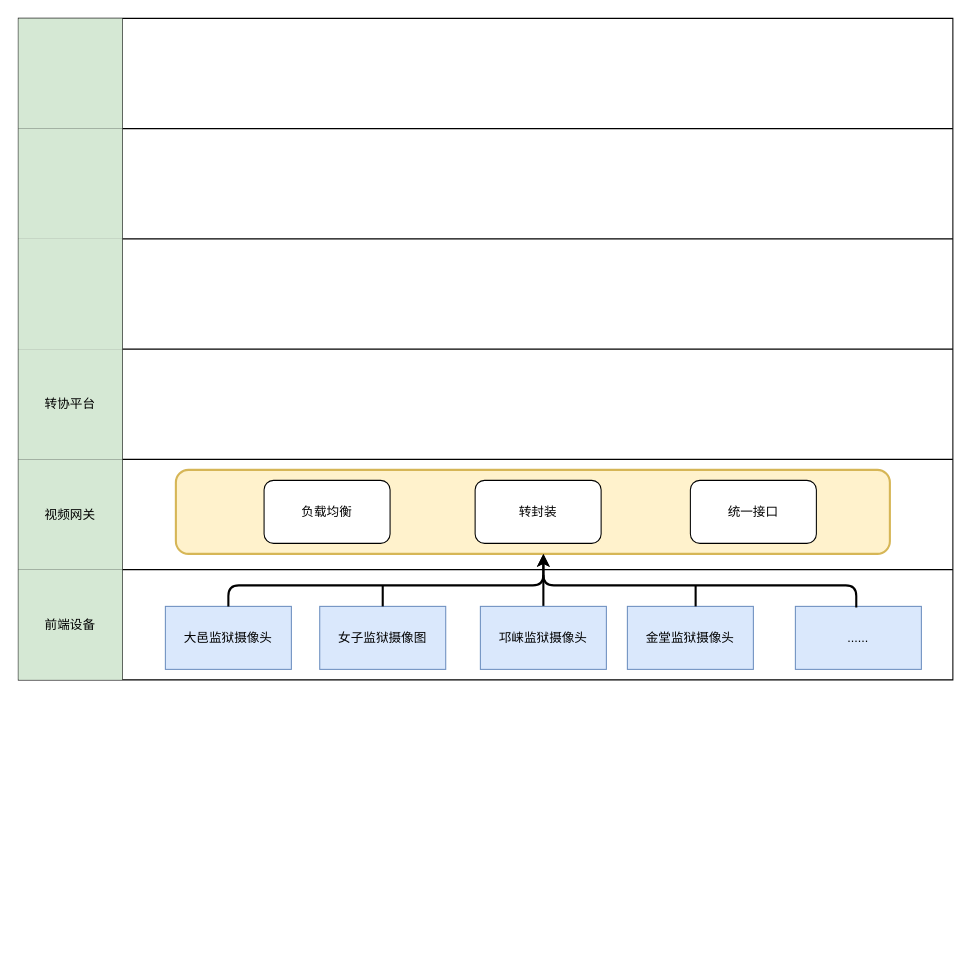
zhexuepizi/gitskills keeps this draw.io diagram as Untitled Diagram.drawio. Above is the earlier version. Source tidied: cells renumbered, new cells numbered last; positions are measured from the earlier drawing's top-left corner, leaving out a move shared by most shapes. Both pictures are drawn from the tidied source at 105%, with x=0, y=0 at pixel (18, 18).
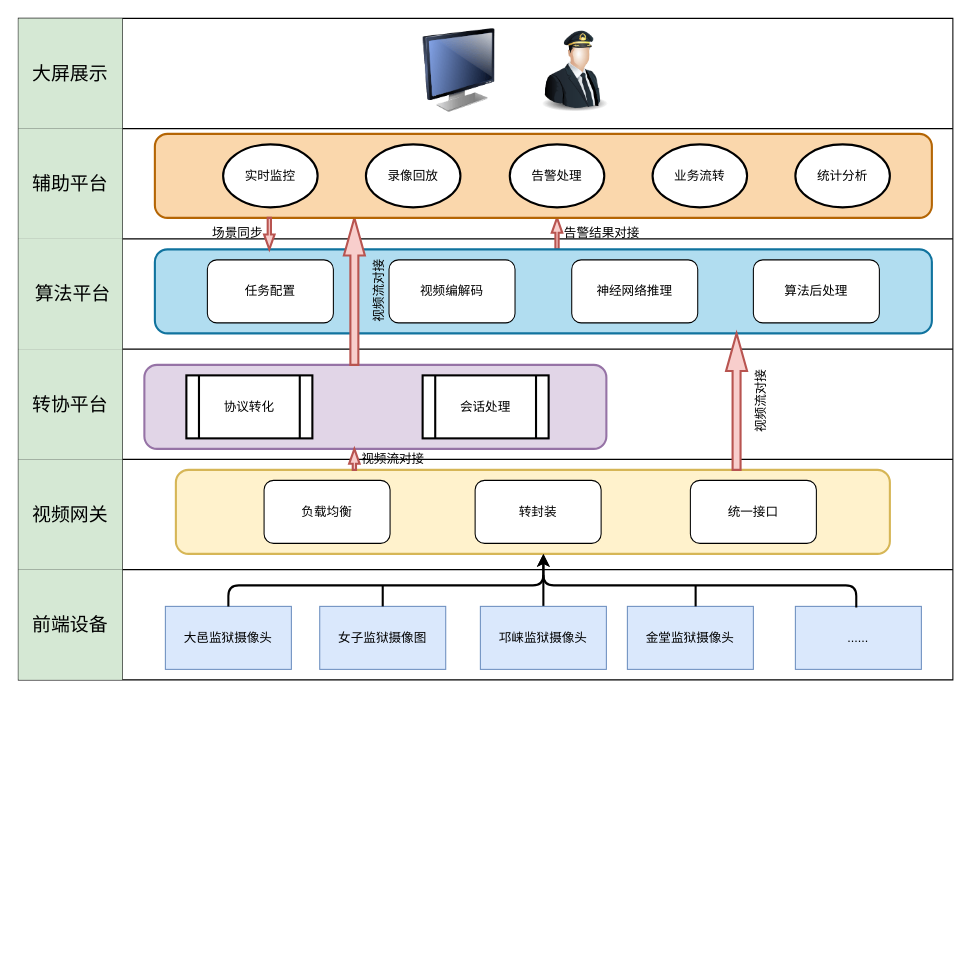
Above is the later version.

The change refers to these unchanged cells:
```xml
<mxCell id="3" style="shape=partialRectangle;html=1;whiteSpace=wrap;top=0;left=0;bottom=0;right=0;fillColor=none;sketch=0;" parent="2" vertex="1">
  <mxGeometry width="890" height="105" as="geometry" />
</mxCell>
<mxCell id="6" style="shape=partialRectangle;html=1;whiteSpace=wrap;fillColor=none;top=0;left=0;bottom=0;right=0;" parent="2" vertex="1">
  <mxGeometry y="105" width="890" height="105" as="geometry" />
</mxCell>
<mxCell id="9" style="shape=partialRectangle;html=1;whiteSpace=wrap;fillColor=none;top=0;left=0;bottom=0;right=0;" parent="2" vertex="1">
  <mxGeometry y="210" width="890" height="105" as="geometry" />
</mxCell>
<mxCell id="12" style="shape=partialRectangle;html=1;whiteSpace=wrap;fillColor=none;top=0;left=0;bottom=0;right=0;" parent="2" vertex="1">
  <mxGeometry y="315" width="890" height="105" as="geometry" />
</mxCell>
<mxCell id="15" style="shape=partialRectangle;html=1;whiteSpace=wrap;fillColor=none;top=0;left=0;bottom=0;right=0;" parent="2" vertex="1">
  <mxGeometry y="420" width="890" height="105" as="geometry" />
</mxCell>
<mxCell id="18" style="shape=partialRectangle;html=1;whiteSpace=wrap;fillColor=none;top=0;left=0;bottom=0;right=0;" parent="2" vertex="1">
  <mxGeometry y="525" width="890" height="105" as="geometry" />
</mxCell>
```

Diff of the diagram source:
```diff
@@
-    <mxCell id="4" style="shape=partialRectangle;html=1;whiteSpace=wrap;overflow=hidden;fillColor=#d5e8d4;top=0;left=0;bottom=0;right=0;strokeColor=#82b366;" parent="3" vertex="1">
+    <mxCell id="4" value="&lt;font style=&quot;font-size: 18px&quot;&gt;大屏展示&lt;/font&gt;" style="shape=partialRectangle;html=1;whiteSpace=wrap;overflow=hidden;fillColor=#d5e8d4;top=0;left=0;bottom=0;right=0;strokeColor=#82b366;" parent="3" vertex="1">
       <mxGeometry width="99" height="105" as="geometry" />
     </mxCell>
@@
-    <mxCell id="7" style="shape=partialRectangle;html=1;whiteSpace=wrap;overflow=hidden;fillColor=#d5e8d4;top=0;left=0;bottom=0;right=0;strokeColor=#82b366;" parent="6" vertex="1">
+    <mxCell id="7" value="&lt;font style=&quot;font-size: 18px&quot;&gt;辅助平台&lt;/font&gt;" style="shape=partialRectangle;html=1;whiteSpace=wrap;overflow=hidden;fillColor=#d5e8d4;top=0;left=0;bottom=0;right=0;strokeColor=#82b366;" parent="6" vertex="1">
       <mxGeometry width="99" height="105" as="geometry" />
     </mxCell>
@@
-    <mxCell id="10" style="shape=partialRectangle;html=1;whiteSpace=wrap;overflow=hidden;fillColor=#d5e8d4;top=0;left=0;bottom=0;right=0;strokeColor=#82b366;" parent="9" vertex="1">
+    <mxCell id="10" value="&lt;font style=&quot;font-size: 18px&quot;&gt;&amp;nbsp;算法平台&lt;/font&gt;" style="shape=partialRectangle;html=1;whiteSpace=wrap;overflow=hidden;fillColor=#d5e8d4;top=0;left=0;bottom=0;right=0;strokeColor=#82b366;" parent="9" vertex="1">
       <mxGeometry width="99" height="105" as="geometry" />
     </mxCell>
@@
-    <mxCell id="13" value="转协平台" style="shape=partialRectangle;html=1;whiteSpace=wrap;overflow=hidden;fillColor=#d5e8d4;top=0;left=0;bottom=0;right=0;strokeColor=#82b366;" parent="12" vertex="1">
+    <mxCell id="13" value="&lt;font style=&quot;font-size: 18px&quot;&gt;转协平台&lt;/font&gt;" style="shape=partialRectangle;html=1;whiteSpace=wrap;overflow=hidden;fillColor=#d5e8d4;top=0;left=0;bottom=0;right=0;strokeColor=#82b366;" parent="12" vertex="1">
       <mxGeometry width="99" height="105" as="geometry" />
     </mxCell>
@@
-    <mxCell id="16" value="视频网关" style="shape=partialRectangle;html=1;whiteSpace=wrap;overflow=hidden;fillColor=#d5e8d4;top=0;left=0;bottom=0;right=0;strokeColor=#82b366;" parent="15" vertex="1">
+    <mxCell id="16" value="&lt;font style=&quot;font-size: 18px&quot;&gt;视频网关&lt;/font&gt;" style="shape=partialRectangle;html=1;whiteSpace=wrap;overflow=hidden;fillColor=#d5e8d4;top=0;left=0;bottom=0;right=0;strokeColor=#82b366;" parent="15" vertex="1">
       <mxGeometry width="99" height="105" as="geometry" />
     </mxCell>
@@
-    <mxCell id="19" value="前端设备" style="shape=partialRectangle;html=1;whiteSpace=wrap;overflow=hidden;fillColor=#d5e8d4;top=0;left=0;bottom=0;right=0;strokeColor=#82b366;" parent="18" vertex="1">
+    <mxCell id="19" value="&lt;font style=&quot;font-size: 18px&quot;&gt;前端设备&lt;/font&gt;" style="shape=partialRectangle;html=1;whiteSpace=wrap;overflow=hidden;fillColor=#d5e8d4;top=0;left=0;bottom=0;right=0;strokeColor=#82b366;" parent="18" vertex="1">
       <mxGeometry width="99" height="105" as="geometry" />
     </mxCell>
@@
+    <mxCell id="36" value="告警结果对接" style="verticalLabelPosition=middle;verticalAlign=middle;html=1;strokeWidth=2;shape=mxgraph.arrows2.arrow;dy=0.69;dx=14.23;notch=0;sketch=0;fillColor=#f8cecc;direction=north;strokeColor=#b85450;labelPosition=right;align=left;" parent="1" vertex="1">
+      <mxGeometry x="508" y="190" width="10" height="30" as="geometry" />
+    </mxCell>
+    <mxCell id="37" style="rounded=1;whiteSpace=wrap;html=1;strokeWidth=2;fillColor=#e1d5e7;strokeColor=#9673a6;" parent="1" vertex="1">
+      <mxGeometry x="120" y="330" width="440" height="80" as="geometry" />
+    </mxCell>
+    <mxCell id="38" value="会话处理" style="shape=process;whiteSpace=wrap;html=1;backgroundOutline=1;sketch=0;strokeWidth=2;" parent="1" vertex="1">
+      <mxGeometry x="385" y="340" width="120" height="60" as="geometry" />
+    </mxCell>
+    <mxCell id="39" value="协议转化" style="shape=process;whiteSpace=wrap;html=1;backgroundOutline=1;sketch=0;strokeWidth=2;" parent="1" vertex="1">
+      <mxGeometry x="160" y="340" width="120" height="60" as="geometry" />
+    </mxCell>
+    <mxCell id="40" style="rounded=1;whiteSpace=wrap;html=1;strokeWidth=2;fillColor=#b1ddf0;strokeColor=#10739e;" parent="1" vertex="1">
+      <mxGeometry x="130" y="220" width="740" height="80" as="geometry" />
+    </mxCell>
+    <mxCell id="41" value="任务配置" style="rounded=1;whiteSpace=wrap;html=1;" parent="1" vertex="1">
+      <mxGeometry x="180" y="230" width="120" height="60" as="geometry" />
+    </mxCell>
+    <mxCell id="42" value="视频编解码" style="rounded=1;whiteSpace=wrap;html=1;" parent="1" vertex="1">
+      <mxGeometry x="353" y="230" width="120" height="60" as="geometry" />
+    </mxCell>
+    <mxCell id="43" value="神经网络推理" style="rounded=1;whiteSpace=wrap;html=1;" parent="1" vertex="1">
+      <mxGeometry x="527" y="230" width="120" height="60" as="geometry" />
+    </mxCell>
+    <mxCell id="44" value="算法后处理" style="rounded=1;whiteSpace=wrap;html=1;" parent="1" vertex="1">
+      <mxGeometry x="700" y="230" width="120" height="60" as="geometry" />
+    </mxCell>
+    <mxCell id="45" value="视频流对接" style="verticalLabelPosition=middle;verticalAlign=top;html=1;strokeWidth=2;shape=mxgraph.arrows2.arrow;dy=0.62;dx=35.86;notch=0;sketch=0;fillColor=#f8cecc;direction=north;strokeColor=#b85450;horizontal=0;labelPosition=right;align=center;" parent="1" vertex="1">
+      <mxGeometry x="310" y="190" width="20" height="140" as="geometry" />
+    </mxCell>
+    <mxCell id="46" style="rounded=1;whiteSpace=wrap;html=1;strokeWidth=2;fillColor=#fad7ac;strokeColor=#b46504;" parent="1" vertex="1">
+      <mxGeometry x="130" y="110" width="740" height="80" as="geometry" />
+    </mxCell>
+    <mxCell id="47" value="实时监控" style="ellipse;whiteSpace=wrap;html=1;sketch=0;strokeWidth=2;align=center;flipH=0;flipV=1;" parent="1" vertex="1">
+      <mxGeometry x="195" y="120" width="90" height="60" as="geometry" />
+    </mxCell>
+    <mxCell id="48" value="录像回放" style="ellipse;whiteSpace=wrap;html=1;sketch=0;strokeWidth=2;align=center;flipH=0;flipV=1;" parent="1" vertex="1">
+      <mxGeometry x="331" y="120" width="90" height="60" as="geometry" />
+    </mxCell>
+    <mxCell id="49" value="告警处理" style="ellipse;whiteSpace=wrap;html=1;sketch=0;strokeWidth=2;align=center;flipH=0;flipV=1;" parent="1" vertex="1">
+      <mxGeometry x="468" y="120" width="90" height="60" as="geometry" />
+    </mxCell>
+    <mxCell id="50" value="业务流转" style="ellipse;whiteSpace=wrap;html=1;sketch=0;strokeWidth=2;align=center;flipH=0;flipV=1;" parent="1" vertex="1">
+      <mxGeometry x="604" y="120" width="90" height="60" as="geometry" />
+    </mxCell>
+    <mxCell id="51" value="统计分析" style="ellipse;whiteSpace=wrap;html=1;sketch=0;strokeWidth=2;align=center;flipH=0;flipV=1;" parent="1" vertex="1">
+      <mxGeometry x="740" y="120" width="90" height="60" as="geometry" />
+    </mxCell>
+    <mxCell id="52" value="视频流对接" style="verticalLabelPosition=middle;verticalAlign=top;html=1;strokeWidth=2;shape=mxgraph.arrows2.arrow;dy=0.62;dx=35.86;notch=0;sketch=0;fillColor=#f8cecc;direction=north;strokeColor=#b85450;horizontal=0;labelPosition=right;align=center;" parent="1" vertex="1">
+      <mxGeometry x="674" y="300" width="20" height="130" as="geometry" />
+    </mxCell>
+    <mxCell id="53" value="场景同步" style="verticalLabelPosition=middle;verticalAlign=middle;html=1;strokeWidth=2;shape=mxgraph.arrows2.arrow;dy=0.69;dx=14.23;notch=0;sketch=0;fillColor=#f8cecc;direction=south;strokeColor=#b85450;labelPosition=left;align=right;" parent="1" vertex="1">
+      <mxGeometry x="234" y="190" width="10" height="30" as="geometry" />
+    </mxCell>
+    <mxCell id="54" value="视频流对接" style="verticalLabelPosition=middle;verticalAlign=middle;html=1;strokeWidth=2;shape=mxgraph.arrows2.arrow;dy=0.69;dx=14.23;notch=0;sketch=0;fillColor=#f8cecc;direction=north;strokeColor=#b85450;labelPosition=right;align=left;" parent="1" vertex="1">
+      <mxGeometry x="315" y="410" width="10" height="20" as="geometry" />
+    </mxCell>
+    <mxCell id="55" style="image;html=1;image=img/lib/clip_art/computers/Monitor_128x128.png;sketch=0;strokeWidth=2;fillColor=none;align=center;" parent="1" vertex="1">
+      <mxGeometry x="380" y="10" width="80" height="80" as="geometry" />
+    </mxCell>
+    <mxCell id="56" style="image;html=1;image=img/lib/clip_art/people/Pilot_Man_128x128.png;sketch=0;strokeWidth=2;fillColor=none;align=center;direction=east;" parent="1" vertex="1">
+      <mxGeometry x="490" y="10" width="80" height="80" as="geometry" />
+    </mxCell>
```
